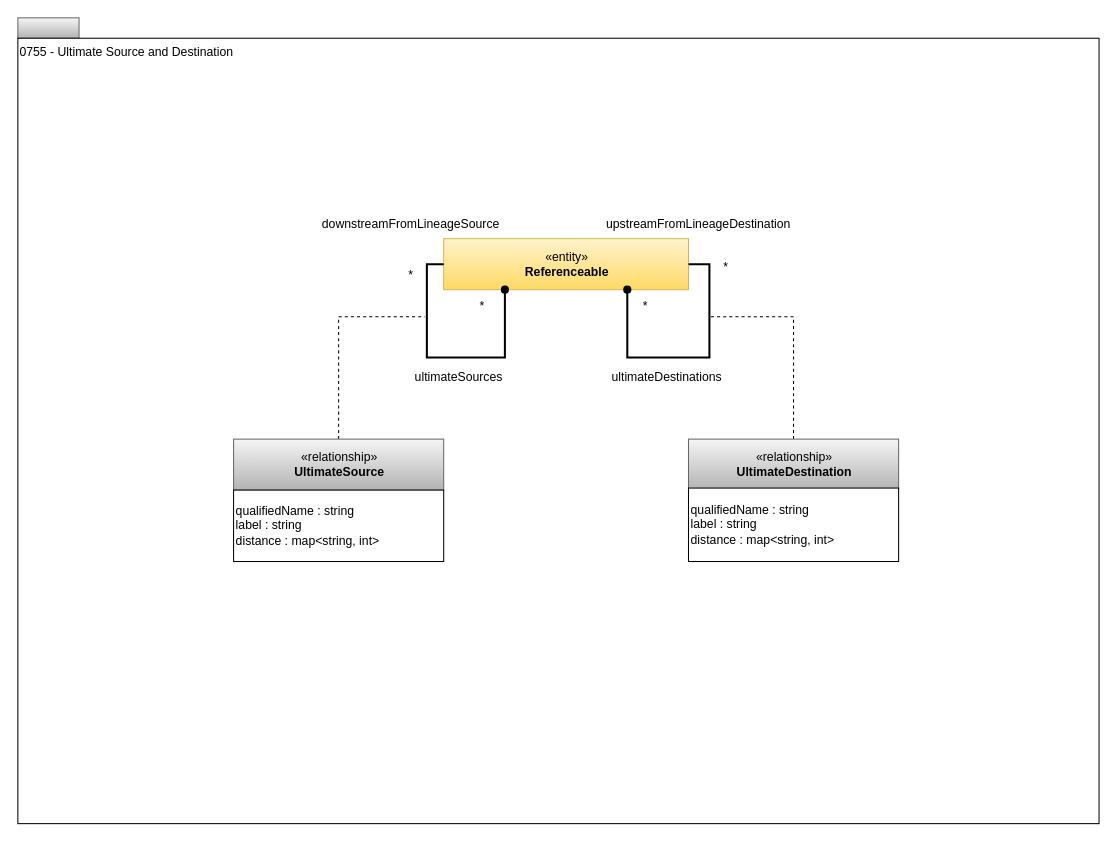
Earlier version of the draw.io diagram page "0755-Ultimate-Source-Destination" (12 of 17) of site/docs/types/7/area-7-lineage.drawio (odpi/egeria-docs). Source tidied: cells renumbered, new cells numbered last; positions are measured from the earlier drawing's top-left corner, leaving out a move shared by most shapes. Both pictures are drawn from the tidied source at 102%, with x=0, y=0 at pixel (17, 17).
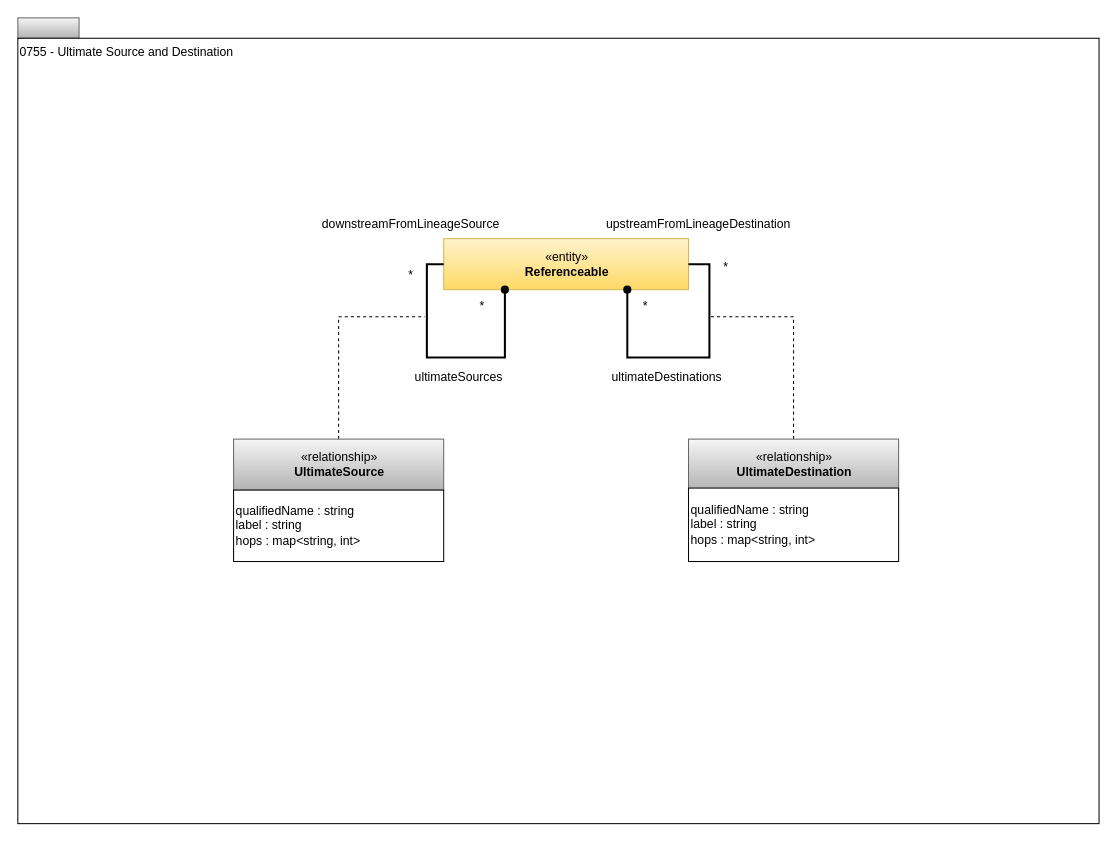
Above is the later version.

Diff of the diagram source:
```diff
@@
-    <mxCell id="6" value="qualifiedName : string&lt;div&gt;label : string&lt;br&gt;distance : map&amp;lt;string, int&amp;gt;&lt;/div&gt;" style="rounded=0;whiteSpace=wrap;html=1;strokeColor=#000000;gradientColor=#ffffff;align=left;" parent="1" vertex="1">
+    <mxCell id="6" value="qualifiedName : string&lt;div&gt;label : string&lt;br&gt;hops : map&amp;lt;string, int&amp;gt;&lt;/div&gt;" style="rounded=0;whiteSpace=wrap;html=1;strokeColor=#000000;gradientColor=#ffffff;align=left;" parent="1" vertex="1">
       <mxGeometry x="211.5" y="463" width="206" height="70" as="geometry" />
     </mxCell>
@@
-    <mxCell id="14" value="qualifiedName : string&lt;br&gt;label : string&lt;br&gt;distance : map&amp;lt;string, int&amp;gt;" style="rounded=0;whiteSpace=wrap;html=1;strokeColor=#000000;gradientColor=#ffffff;align=left;" parent="1" vertex="1">
+    <mxCell id="14" value="qualifiedName : string&lt;br&gt;label : string&lt;br&gt;hops : map&amp;lt;string, int&amp;gt;" style="rounded=0;whiteSpace=wrap;html=1;strokeColor=#000000;gradientColor=#ffffff;align=left;" parent="1" vertex="1">
       <mxGeometry x="657.5" y="461" width="206" height="72" as="geometry" />
     </mxCell>
```
